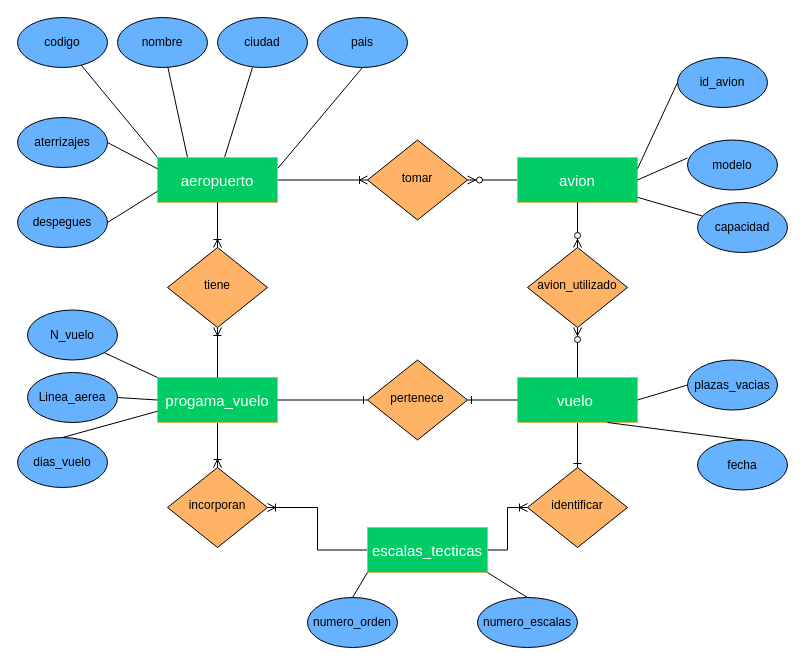
Above: Untitled Diagram.drawio in rosemberg0212/Software-libre (draw.io), before the change. Source tidied: cells renumbered, new cells numbered last; positions are measured from the earlier drawing's top-left corner, leaving out a move shared by most shapes. Both pictures are drawn from the tidied source at 100%, with x=0, y=0 at pixel (17, 17).
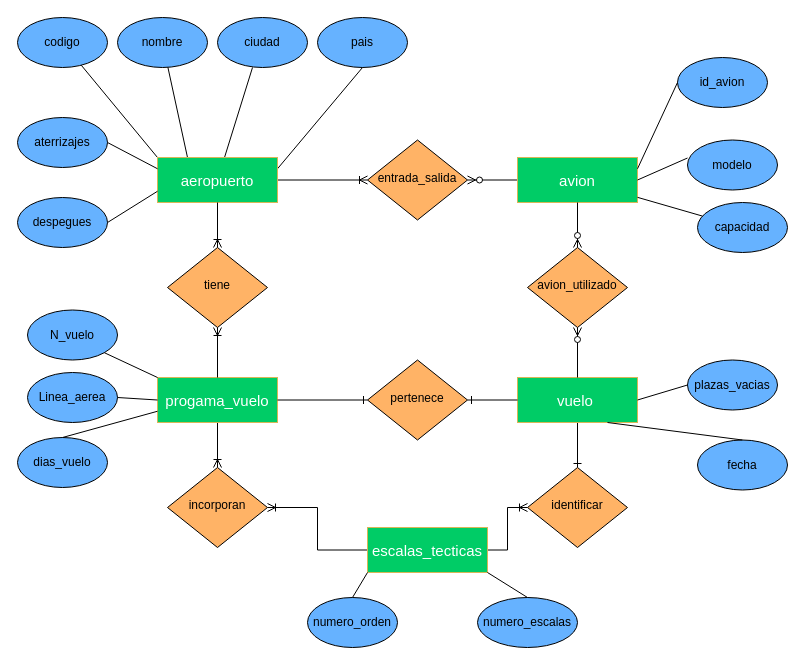
The same diagram, later.

Change to the diagram source:
```diff
@@
-    <mxCell id="2" value="tomar" style="rhombus;whiteSpace=wrap;html=1;shadow=0;fontFamily=Helvetica;fontSize=12;align=center;strokeWidth=1;spacing=6;spacingTop=-4;fillColor=#FFB366;" parent="1" vertex="1">
+    <mxCell id="2" value="entrada_salida" style="rhombus;whiteSpace=wrap;html=1;shadow=0;fontFamily=Helvetica;fontSize=12;align=center;strokeWidth=1;spacing=6;spacingTop=-4;fillColor=#FFB366;" parent="1" vertex="1">
       <mxGeometry x="350" y="122.5" width="100" height="80" as="geometry" />
     </mxCell>
```
